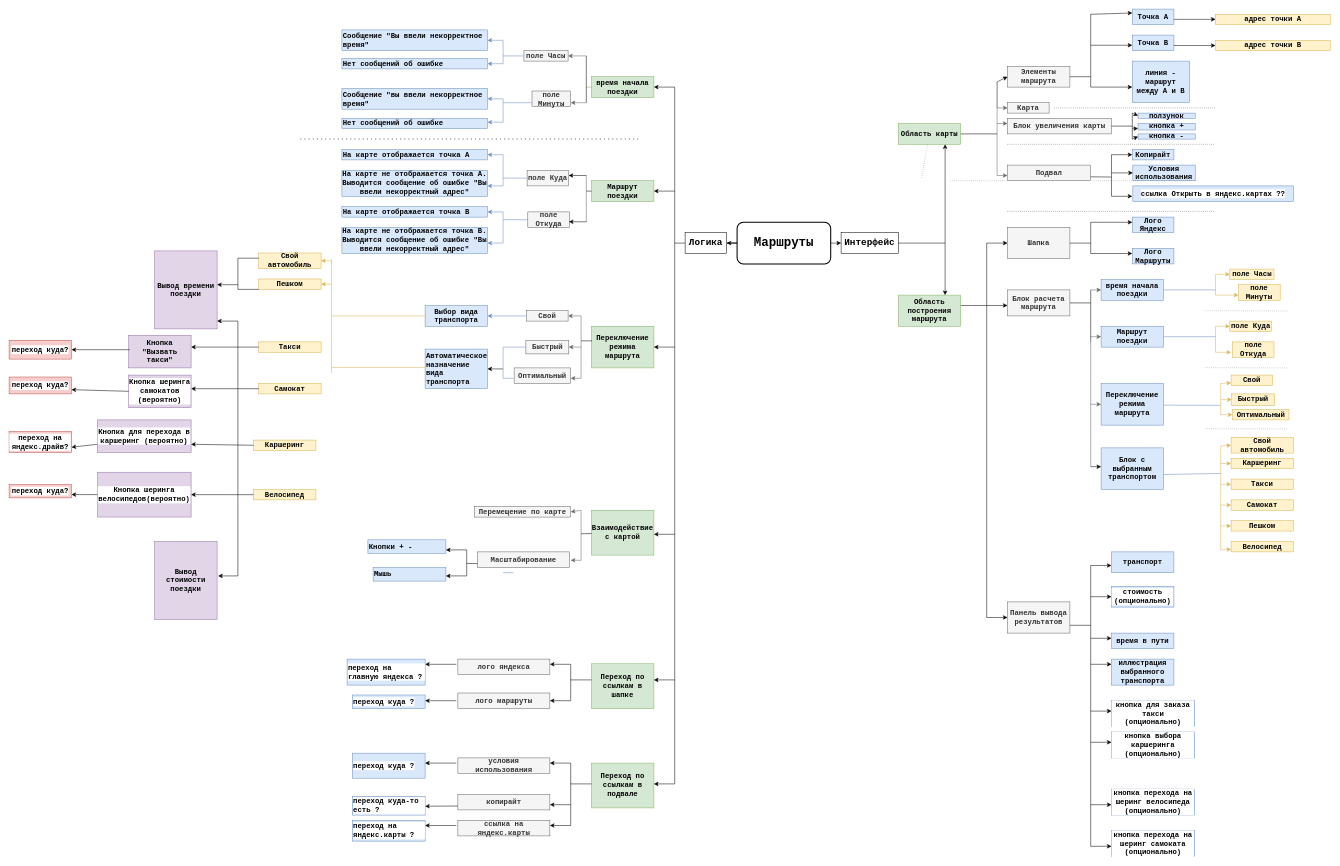
Above: sprint1.drawio in Zheleznikov/drawio (draw.io), before the change. Source tidied: cells renumbered, new cells numbered last; positions are measured from the earlier drawing's top-left corner, leaving out a move shared by most shapes. Both pictures are drawn from the tidied source at 52%, with x=0, y=0 at pixel (9, 9).
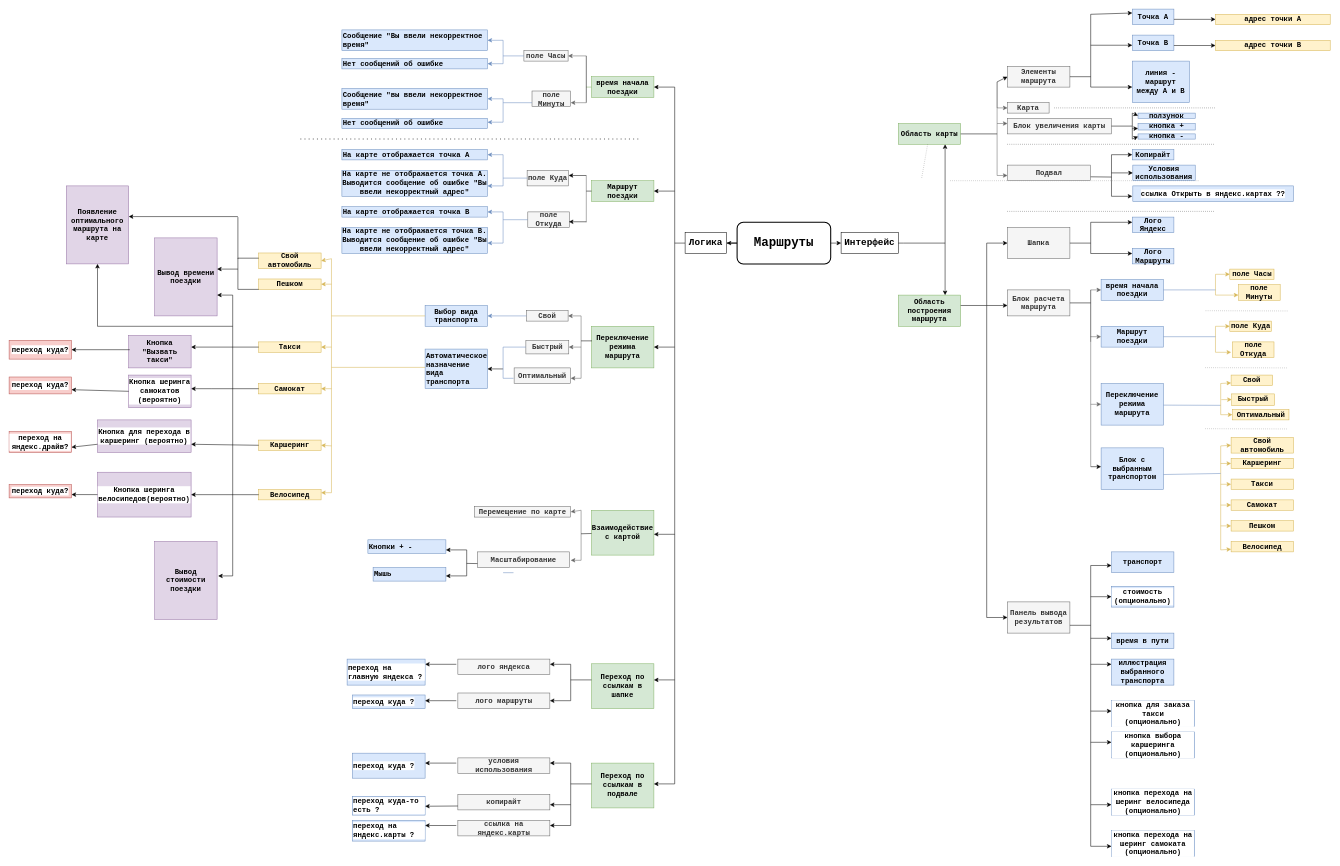
Above is the later version.

The change refers to these unchanged cells:
```xml
<mxCell id="25" value="Свой автомобиль" style="rounded=0;whiteSpace=wrap;html=1;labelBackgroundColor=none;fontFamily=Courier New;fontSize=14;fillColor=#fff2cc;strokeColor=#d6b656;fontStyle=1;" parent="1" vertex="1">
  <mxGeometry x="480" y="469" width="120" height="30" as="geometry" />
</mxCell>
<mxCell id="27" value="Такси" style="rounded=0;whiteSpace=wrap;html=1;labelBackgroundColor=none;fontFamily=Courier New;fontSize=14;fillColor=#fff2cc;strokeColor=#d6b656;fontStyle=1;" parent="1" vertex="1">
  <mxGeometry x="480" y="640" width="120" height="20" as="geometry" />
</mxCell>
<mxCell id="28" value="Самокат" style="rounded=0;whiteSpace=wrap;html=1;labelBackgroundColor=none;fontFamily=Courier New;fontSize=14;fillColor=#fff2cc;strokeColor=#d6b656;fontStyle=1;" parent="1" vertex="1">
  <mxGeometry x="480" y="720" width="120" height="20" as="geometry" />
</mxCell>
<mxCell id="201" value="Вывод &lt;br&gt;стоимости поездки" style="rounded=0;whiteSpace=wrap;html=1;labelBackgroundColor=none;fillColor=#e1d5e7;align=center;strokeColor=#9673a6;fontFamily=Courier New;fontStyle=1;fontSize=14;" parent="1" vertex="1">
  <mxGeometry x="280" y="1023.8" width="120" height="150" as="geometry" />
</mxCell>
```

The edit, as a diff of the source:
```diff
@@
     <mxCell id="29" value="Велосипед" style="rounded=0;whiteSpace=wrap;html=1;labelBackgroundColor=none;fontFamily=Courier New;fontSize=14;fillColor=#fff2cc;strokeColor=#d6b656;fontStyle=1;" parent="1" vertex="1">
-      <mxGeometry x="470" y="923.8" width="120" height="20" as="geometry" />
+      <mxGeometry x="480" y="923.8" width="120" height="20" as="geometry" />
     </mxCell>
     <mxCell id="30" value="Каршеринг" style="rounded=0;whiteSpace=wrap;html=1;labelBackgroundColor=none;fontFamily=Courier New;fontSize=14;fillColor=#fff2cc;strokeColor=#d6b656;fontStyle=1;" parent="1" vertex="1">
-      <mxGeometry x="470" y="828.8" width="120" height="20" as="geometry" />
+      <mxGeometry x="480" y="828.8" width="120" height="20" as="geometry" />
     </mxCell>
@@
     <mxCell id="32" style="endArrow=none;html=1;fontFamily=Courier New;fontSize=14;fillColor=#fff2cc;strokeColor=#d6b656;fontStyle=1;labelBackgroundColor=none;" parent="1" edge="1">
       <mxGeometry relative="1" as="geometry">
-        <mxPoint x="620" y="700" as="sourcePoint" />
+        <mxPoint x="620" y="930" as="sourcePoint" />
         <mxPoint x="620" y="480" as="targetPoint" />
       </mxGeometry>
     </mxCell>
@@
     <mxCell id="109" style="endArrow=classic;html=1;fontFamily=Courier New;fontSize=14;entryX=1;entryY=0.5;entryDx=0;entryDy=0;fillColor=#fff2cc;strokeColor=#d6b656;fontStyle=1;labelBackgroundColor=none;" parent="1" edge="1" target="25">
       <mxGeometry relative="1" as="geometry">
-        <mxPoint x="620" y="484" as="sourcePoint" />
+        <mxPoint x="620" y="480" as="sourcePoint" />
       </mxGeometry>
     </mxCell>
@@
     <mxCell id="185" value="Вывод времени поездки" style="rounded=0;whiteSpace=wrap;html=1;labelBackgroundColor=none;fillColor=#e1d5e7;align=center;strokeColor=#9673a6;fontFamily=Courier New;fontStyle=1;fontSize=14;" parent="1" vertex="1">
-      <mxGeometry x="280" y="465" width="120" height="150" as="geometry" />
+      <mxGeometry x="280" y="440" width="120" height="150" as="geometry" />
     </mxCell>
@@
     <mxCell id="193" style="endArrow=classic;html=1;strokeColor=#000000;fontFamily=Courier New;fontSize=14;" parent="1" edge="1">
       <mxGeometry relative="1" as="geometry">
-        <mxPoint x="440" y="530" as="sourcePoint" />
-        <mxPoint x="400" y="530" as="targetPoint" />
+        <mxPoint x="440" y="500" as="sourcePoint" />
+        <mxPoint x="400" y="500" as="targetPoint" />
       </mxGeometry>
     </mxCell>
     <mxCell id="194" style="endArrow=none;html=1;strokeColor=#000000;fontFamily=Courier New;fontSize=14;" parent="1" edge="1">
       <mxGeometry relative="1" as="geometry">
-        <mxPoint x="440" y="1090" as="sourcePoint" />
-        <mxPoint x="440" y="600" as="targetPoint" />
+        <mxPoint x="430" y="1090" as="sourcePoint" />
+        <mxPoint x="430" y="550" as="targetPoint" />
       </mxGeometry>
     </mxCell>
     <mxCell id="195" style="endArrow=classic;html=1;strokeColor=#000000;fontFamily=Courier New;fontSize=14;" parent="1" edge="1">
       <mxGeometry relative="1" as="geometry">
-        <mxPoint x="440" y="600" as="sourcePoint" />
-        <mxPoint x="400" y="600" as="targetPoint" />
+        <mxPoint x="430" y="550" as="sourcePoint" />
+        <mxPoint x="400" y="550" as="targetPoint" />
       </mxGeometry>
     </mxCell>
@@
     <mxCell id="205" style="endArrow=classic;html=1;strokeColor=#000000;fontFamily=Courier New;fontSize=14;entryX=1.017;entryY=0.442;entryDx=0;entryDy=0;entryPerimeter=0;" parent="1" edge="1" target="201">
       <mxGeometry relative="1" as="geometry">
-        <mxPoint x="440" y="1090" as="sourcePoint" />
+        <mxPoint x="430" y="1090" as="sourcePoint" />
       </mxGeometry>
     </mxCell>
@@
+    <mxCell id="279" value="Появление оптимального маршрута на карте" style="rounded=0;whiteSpace=wrap;html=1;labelBackgroundColor=none;fillColor=#e1d5e7;align=center;strokeColor=#9673a6;fontFamily=Courier New;fontStyle=1;fontSize=14;" parent="1" vertex="1">
+      <mxGeometry x="110" y="340" width="120" height="150" as="geometry" />
+    </mxCell>
+    <mxCell id="280" style="endArrow=none;html=1;strokeColor=#000000;strokeWidth=1;fontFamily=Courier New;fontSize=14;" parent="1" edge="1">
+      <mxGeometry relative="1" as="geometry">
+        <mxPoint x="440" y="400" as="sourcePoint" />
+        <mxPoint x="440" y="480" as="targetPoint" />
+      </mxGeometry>
+    </mxCell>
+    <mxCell id="281" style="endArrow=classic;html=1;strokeColor=#000000;strokeWidth=1;fontFamily=Courier New;fontSize=14;" parent="1" edge="1">
+      <mxGeometry relative="1" as="geometry">
+        <mxPoint x="440" y="399" as="sourcePoint" />
+        <mxPoint x="230" y="399" as="targetPoint" />
+      </mxGeometry>
+    </mxCell>
+    <mxCell id="282" style="endArrow=classic;html=1;fontFamily=Courier New;fontSize=14;entryX=1;entryY=0.5;entryDx=0;entryDy=0;fillColor=#fff2cc;strokeColor=#d6b656;fontStyle=1;labelBackgroundColor=none;" parent="1" edge="1" target="27">
+      <mxGeometry relative="1" as="geometry">
+        <mxPoint x="620" y="650" as="sourcePoint" />
+      </mxGeometry>
+    </mxCell>
+    <mxCell id="283" style="endArrow=classic;html=1;fontFamily=Courier New;fontSize=14;entryX=1;entryY=0.5;entryDx=0;entryDy=0;fillColor=#fff2cc;strokeColor=#d6b656;fontStyle=1;labelBackgroundColor=none;" parent="1" edge="1" target="28">
+      <mxGeometry relative="1" as="geometry">
+        <mxPoint x="620" y="730" as="sourcePoint" />
+      </mxGeometry>
+    </mxCell>
+    <mxCell id="284" style="endArrow=classic;html=1;fontFamily=Courier New;fontSize=14;entryX=1;entryY=0.5;entryDx=0;entryDy=0;fillColor=#fff2cc;strokeColor=#d6b656;fontStyle=1;labelBackgroundColor=none;" parent="1" edge="1" target="30">
+      <mxGeometry relative="1" as="geometry">
+        <mxPoint x="620" y="840" as="sourcePoint" />
+      </mxGeometry>
+    </mxCell>
+    <mxCell id="285" style="endArrow=classic;html=1;fontFamily=Courier New;fontSize=14;fillColor=#fff2cc;strokeColor=#d6b656;fontStyle=1;labelBackgroundColor=none;" parent="1" edge="1">
+      <mxGeometry relative="1" as="geometry">
+        <mxPoint x="620" y="930" as="sourcePoint" />
+        <mxPoint x="600" y="930" as="targetPoint" />
+      </mxGeometry>
+    </mxCell>
+    <mxCell id="286" style="endArrow=none;html=1;strokeColor=#000000;strokeWidth=1;fontFamily=Courier New;fontSize=14;" parent="1" edge="1">
+      <mxGeometry relative="1" as="geometry">
+        <mxPoint x="170" y="610" as="sourcePoint" />
+        <mxPoint x="430" y="610" as="targetPoint" />
+      </mxGeometry>
+    </mxCell>
+    <mxCell id="287" style="endArrow=classic;html=1;strokeColor=#000000;strokeWidth=1;fontFamily=Courier New;fontSize=14;" parent="1" edge="1">
+      <mxGeometry relative="1" as="geometry">
+        <mxPoint x="170" y="610" as="sourcePoint" />
+        <mxPoint x="170" y="490" as="targetPoint" />
+      </mxGeometry>
+    </mxCell>
```
